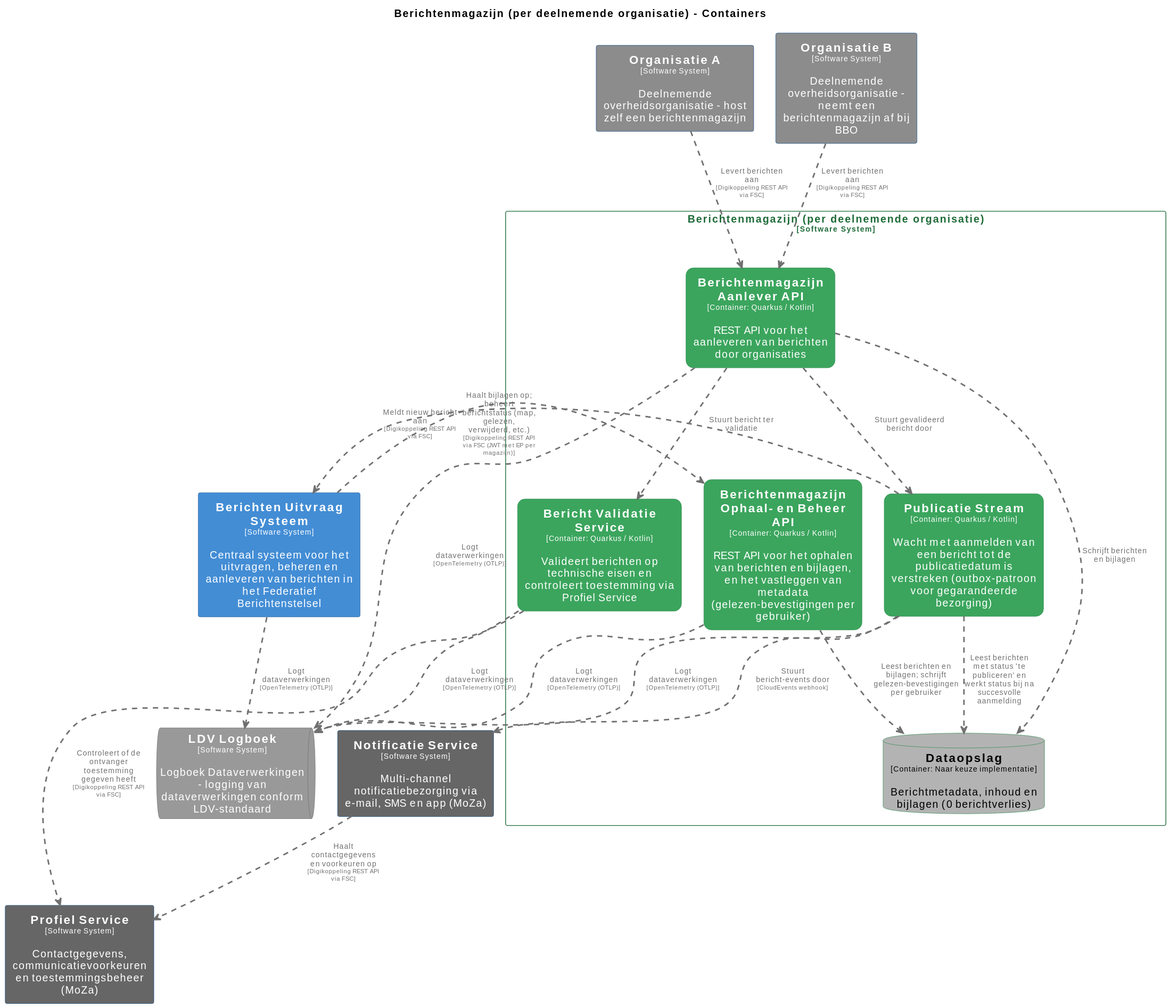
Before: pr-preview/pr-22/master/svg/BerichtenmagazijnContainers.svg, a diagram exported from PlantUML (MinBZK/moza-poc-fbs-berichtenbox). Its source is kept beside it as pr-preview/pr-22/master/puml/BerichtenmagazijnContainers.puml.
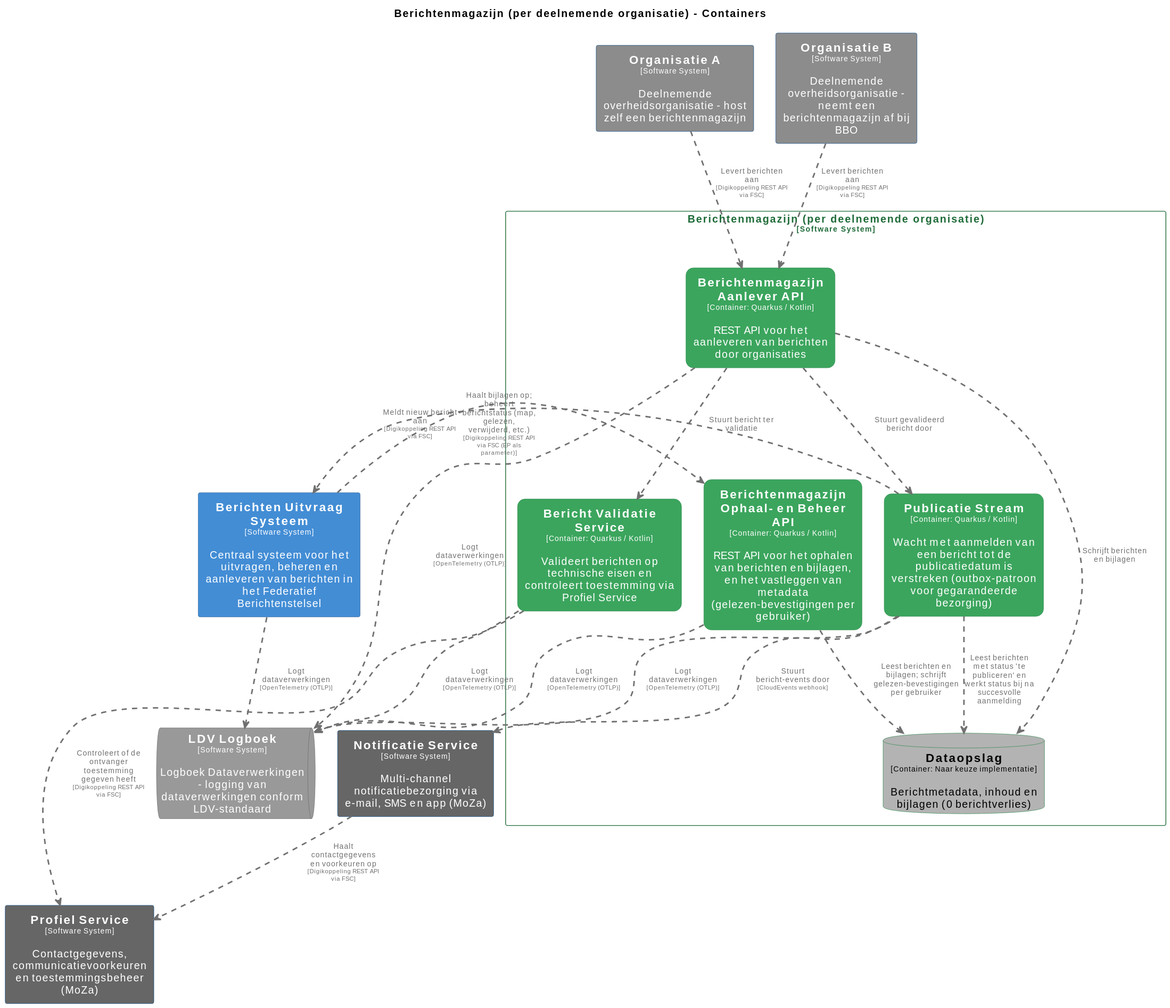
The same file after the commit.

What changed in the source:
```diff
@@ -116,7 +116,7 @@
 Berichtenmagazijnperdeelnemendeorganisatie.BerichtenmagazijnAanleverAPI .[#707070,thickness=2].> Berichtenmagazijnperdeelnemendeorganisatie.BerichtValidatieService : "<color:#707070>Stuurt bericht ter validatie"
 Berichtenmagazijnperdeelnemendeorganisatie.BerichtenmagazijnAanleverAPI .[#707070,thickness=2].> Berichtenmagazijnperdeelnemendeorganisatie.PublicatieStream : "<color:#707070>Stuurt gevalideerd bericht door"
 Berichtenmagazijnperdeelnemendeorganisatie.PublicatieStream .[#707070,thickness=2].> Berichtenmagazijnperdeelnemendeorganisatie.Dataopslag : "<color:#707070>Leest berichten met status 'te publiceren' en werkt status bij na succesvolle aanmelding"
-BerichtenUitvraagSysteem .[#707070,thickness=2].> Berichtenmagazijnperdeelnemendeorganisatie.BerichtenmagazijnOphaalenBeheerAPI : "<color:#707070>Haalt bijlagen op; beheert berichtstatus (map, gelezen, verwijderd, etc.)\n<color:#707070><size:8>[Digikoppeling REST API via FSC (JWT met EP per magazijn)]</size>"
+BerichtenUitvraagSysteem .[#707070,thickness=2].> Berichtenmagazijnperdeelnemendeorganisatie.BerichtenmagazijnOphaalenBeheerAPI : "<color:#707070>Haalt bijlagen op; beheert berichtstatus (map, gelezen, verwijderd, etc.)\n<color:#707070><size:8>[Digikoppeling REST API via FSC (EP als parameter)]</size>"
 Berichtenmagazijnperdeelnemendeorganisatie.PublicatieStream .[#707070,thickness=2].> BerichtenUitvraagSysteem : "<color:#707070>Meldt nieuw bericht aan\n<color:#707070><size:8>[Digikoppeling REST API via FSC]</size>"
 Berichtenmagazijnperdeelnemendeorganisatie.PublicatieStream .[#707070,thickness=2].> NotificatieService : "<color:#707070>Stuurt bericht-events door\n<color:#707070><size:8>[CloudEvents webhook]</size>"
 NotificatieService .[#707070,thickness=2].> ProfielService : "<color:#707070>Haalt contactgegevens en voorkeuren op\n<color:#707070><size:8>[Digikoppeling REST API via FSC]</size>"
```
